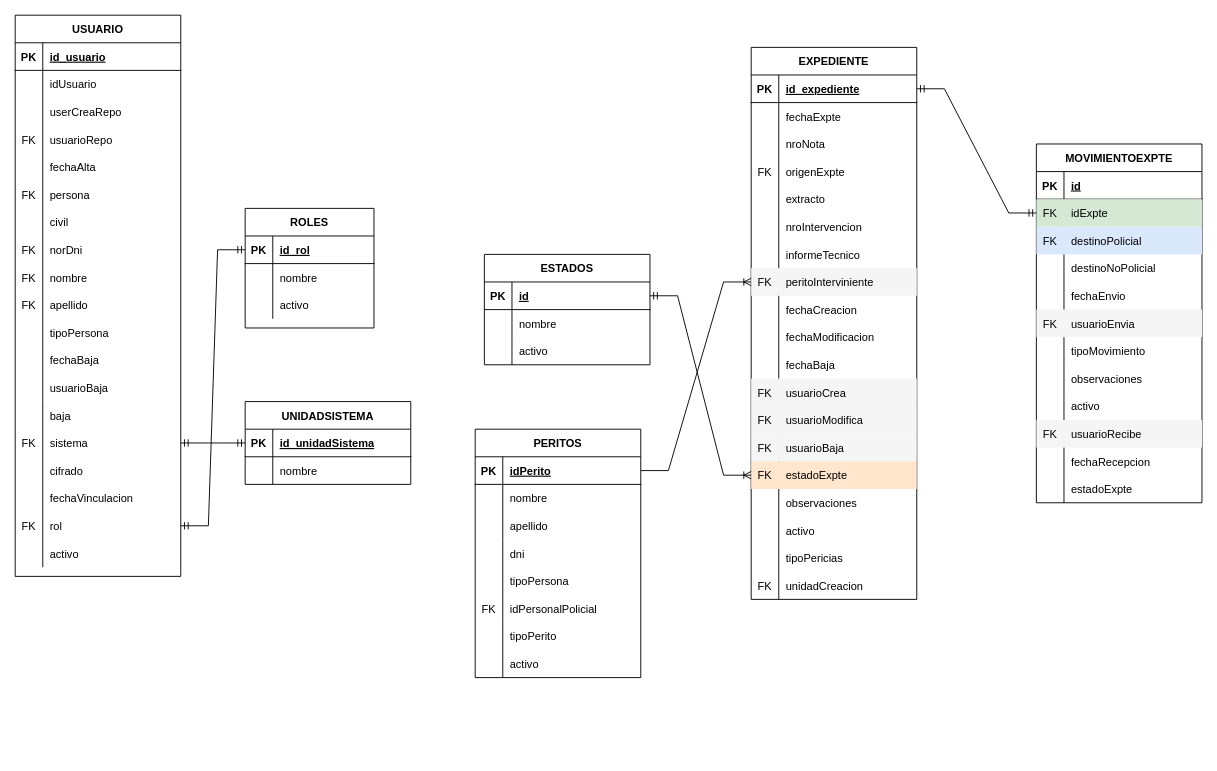
Above: WebApiCriminalistica/ScriptSql/criminalistica.drawio in ariellezcano/WebApiCriminalistica (draw.io), before the change. Source tidied: cells renumbered, new cells numbered last; positions are measured from the earlier drawing's top-left corner, leaving out a move shared by most shapes. Both pictures are drawn from the tidied source at 92%, with x=0, y=0 at pixel (15, 15).
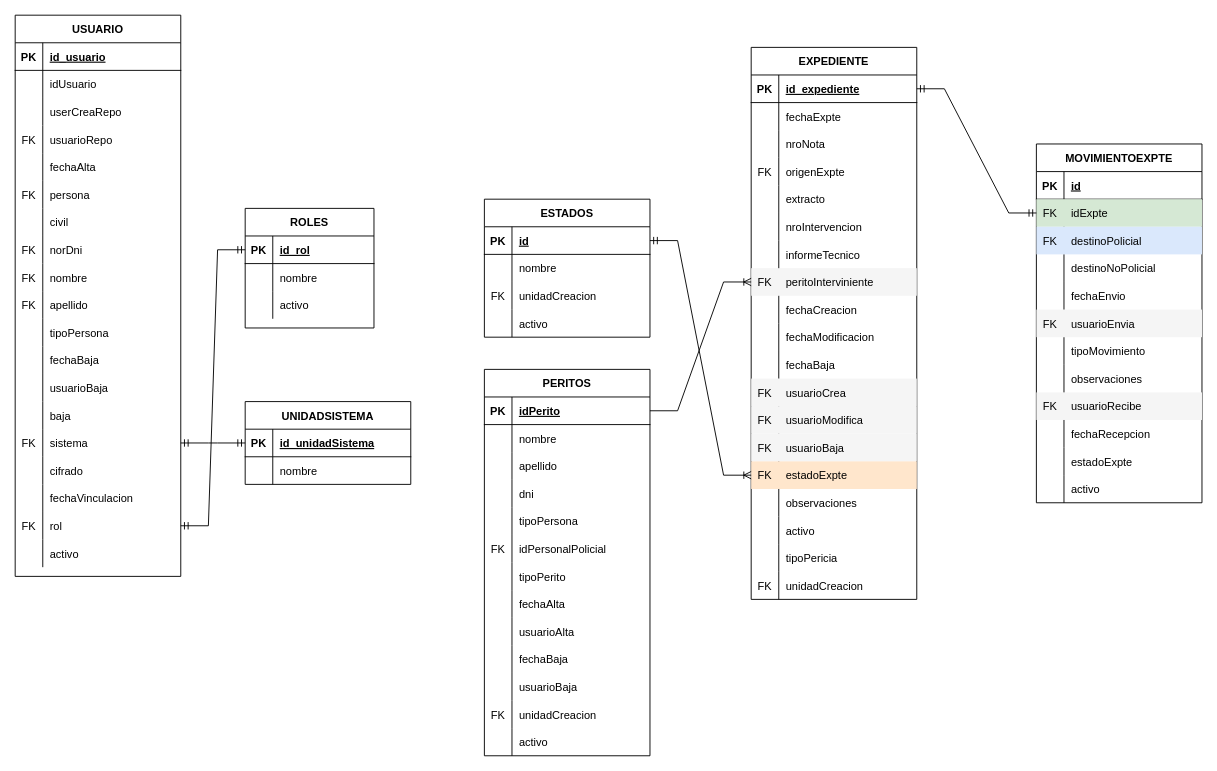
The same diagram, later.

Unchanged cells that the change refers to:
```xml
<mxCell id="131" style="shape=tableRow;horizontal=0;startSize=0;swimlaneHead=0;swimlaneBody=0;fillColor=none;top=0;left=0;right=0;bottom=0;" parent="79" vertex="1">
  <mxGeometry y="540" width="180" height="30" as="geometry" />
</mxCell>
<mxCell id="137" value="MOVIMIENTOEXPTE" style="shape=table;startSize=30;childLayout=tableLayout;rowLines=0;fontStyle=1;align=center;" parent="1" vertex="1">
  <mxGeometry x="1110" y="140" width="180" height="390" as="geometry" />
</mxCell>
<mxCell id="181" style="shape=tableRow;horizontal=0;startSize=0;swimlaneHead=0;swimlaneBody=0;fillColor=none;top=0;left=0;right=0;bottom=0;" parent="174" vertex="1">
  <mxGeometry y="90" width="180" height="30" as="geometry" />
</mxCell>
<mxCell id="208" style="shape=tableRow;horizontal=0;startSize=0;swimlaneHead=0;swimlaneBody=0;fillColor=none;top=0;left=0;right=0;bottom=0;" parent="186" vertex="1">
  <mxGeometry y="240" width="180" height="30" as="geometry" />
</mxCell>
```

Change to the diagram source:
```diff
@@
-    <mxCell id="133" value="tipoPericias" style="shape=partialRectangle;fillColor=none;top=0;left=0;bottom=0;right=0;align=left;spacingLeft=6;overflow=hidden;" parent="131" vertex="1">
+    <mxCell id="133" value="tipoPericia" style="shape=partialRectangle;fillColor=none;top=0;left=0;bottom=0;right=0;align=left;spacingLeft=6;overflow=hidden;" parent="131" vertex="1">
       <mxGeometry x="30" width="150" height="30" as="geometry" />
     </mxCell>
@@
-    <mxCell id="162" style="shape=tableRow;horizontal=0;startSize=0;swimlaneHead=0;swimlaneBody=0;fillColor=none;top=0;left=0;right=0;bottom=0;" parent="137" vertex="1">
-      <mxGeometry y="270" width="180" height="30" as="geometry" />
-    </mxCell>
-    <mxCell id="163" style="shape=partialRectangle;fillColor=none;top=0;left=0;bottom=0;right=0;overflow=hidden;" parent="162" vertex="1">
-      <mxGeometry width="30" height="30" as="geometry" />
-    </mxCell>
-    <mxCell id="164" value="activo" style="shape=partialRectangle;fillColor=none;top=0;left=0;bottom=0;right=0;align=left;spacingLeft=6;overflow=hidden;" parent="162" vertex="1">
-      <mxGeometry x="30" width="150" height="30" as="geometry" />
-    </mxCell>
     <mxCell id="165" style="shape=tableRow;horizontal=0;startSize=0;swimlaneHead=0;swimlaneBody=0;fillColor=#f5f5f5;top=0;left=0;right=0;bottom=0;fontColor=#333333;strokeColor=#666666;" parent="137" vertex="1">
-      <mxGeometry y="300" width="180" height="30" as="geometry" />
+      <mxGeometry y="270" width="180" height="30" as="geometry" />
     </mxCell>
@@
     <mxCell id="168" style="shape=tableRow;horizontal=0;startSize=0;swimlaneHead=0;swimlaneBody=0;fillColor=none;top=0;left=0;right=0;bottom=0;" parent="137" vertex="1">
-      <mxGeometry y="330" width="180" height="30" as="geometry" />
+      <mxGeometry y="300" width="180" height="30" as="geometry" />
     </mxCell>
@@
     <mxCell id="171" style="shape=tableRow;horizontal=0;startSize=0;swimlaneHead=0;swimlaneBody=0;fillColor=none;top=0;left=0;right=0;bottom=0;" parent="137" vertex="1">
-      <mxGeometry y="360" width="180" height="30" as="geometry" />
+      <mxGeometry y="330" width="180" height="30" as="geometry" />
     </mxCell>
@@
+    <mxCell id="212" style="shape=tableRow;horizontal=0;startSize=0;swimlaneHead=0;swimlaneBody=0;fillColor=none;top=0;left=0;right=0;bottom=0;" parent="137" vertex="1">
+      <mxGeometry y="360" width="180" height="30" as="geometry" />
+    </mxCell>
+    <mxCell id="213" style="shape=partialRectangle;fillColor=none;top=0;left=0;bottom=0;right=0;overflow=hidden;" parent="212" vertex="1">
+      <mxGeometry width="30" height="30" as="geometry" />
+    </mxCell>
+    <mxCell id="214" value="activo" style="shape=partialRectangle;fillColor=none;top=0;left=0;bottom=0;right=0;align=left;spacingLeft=6;overflow=hidden;" parent="212" vertex="1">
+      <mxGeometry x="30" width="150" height="30" as="geometry" />
+    </mxCell>
     <mxCell id="174" value="ESTADOS" style="shape=table;startSize=30;childLayout=tableLayout;rowLines=0;fontStyle=1;align=center;" parent="1" vertex="1">
-      <mxGeometry x="510" y="260" width="180" height="120" as="geometry" />
+      <mxGeometry x="510" y="200" width="180" height="150" as="geometry" />
     </mxCell>
@@
-    <mxCell id="182" style="shape=partialRectangle;fillColor=none;top=0;left=0;bottom=0;right=0;overflow=hidden;" parent="181" vertex="1">
+    <mxCell id="182" value="FK" style="shape=partialRectangle;fillColor=none;top=0;left=0;bottom=0;right=0;overflow=hidden;" parent="181" vertex="1">
       <mxGeometry width="30" height="30" as="geometry" />
     </mxCell>
-    <mxCell id="183" value="activo" style="shape=partialRectangle;fillColor=none;top=0;left=0;bottom=0;right=0;align=left;spacingLeft=6;overflow=hidden;" parent="181" vertex="1">
+    <mxCell id="183" value="unidadCreacion" style="shape=partialRectangle;fillColor=none;top=0;left=0;bottom=0;right=0;align=left;spacingLeft=6;overflow=hidden;" parent="181" vertex="1">
       <mxGeometry x="30" width="150" height="30" as="geometry" />
     </mxCell>
+    <mxCell id="215" style="shape=tableRow;horizontal=0;startSize=0;swimlaneHead=0;swimlaneBody=0;fillColor=none;top=0;left=0;right=0;bottom=0;" parent="174" vertex="1">
+      <mxGeometry y="120" width="180" height="30" as="geometry" />
+    </mxCell>
+    <mxCell id="216" style="shape=partialRectangle;fillColor=none;top=0;left=0;bottom=0;right=0;overflow=hidden;" parent="215" vertex="1">
+      <mxGeometry width="30" height="30" as="geometry" />
+    </mxCell>
+    <mxCell id="217" value="activo" style="shape=partialRectangle;fillColor=none;top=0;left=0;bottom=0;right=0;align=left;spacingLeft=6;overflow=hidden;" parent="215" vertex="1">
+      <mxGeometry x="30" width="150" height="30" as="geometry" />
+    </mxCell>
@@
     <mxCell id="186" value="PERITOS" style="shape=table;startSize=30;childLayout=tableLayout;rowLines=0;fontStyle=1;align=center;" parent="1" vertex="1">
-      <mxGeometry x="500" y="450" width="180" height="270" as="geometry" />
+      <mxGeometry x="510" y="385" width="180" height="420" as="geometry" />
     </mxCell>
@@
-    <mxCell id="210" value="activo" style="shape=partialRectangle;fillColor=none;top=0;left=0;bottom=0;right=0;align=left;spacingLeft=6;overflow=hidden;" parent="208" vertex="1">
+    <mxCell id="210" value="fechaAlta" style="shape=partialRectangle;fillColor=none;top=0;left=0;bottom=0;right=0;align=left;spacingLeft=6;overflow=hidden;" parent="208" vertex="1">
       <mxGeometry x="30" width="150" height="30" as="geometry" />
     </mxCell>
+    <mxCell id="162" style="shape=tableRow;horizontal=0;startSize=0;swimlaneHead=0;swimlaneBody=0;fillColor=none;top=0;left=0;right=0;bottom=0;" parent="186" vertex="1">
+      <mxGeometry y="270" width="180" height="30" as="geometry" />
+    </mxCell>
+    <mxCell id="218" style="shape=partialRectangle;fillColor=none;top=0;left=0;bottom=0;right=0;overflow=hidden;" parent="162" vertex="1">
+      <mxGeometry width="30" height="30" as="geometry" />
+    </mxCell>
+    <mxCell id="219" value="usuarioAlta" style="shape=partialRectangle;fillColor=none;top=0;left=0;bottom=0;right=0;align=left;spacingLeft=6;overflow=hidden;" parent="162" vertex="1">
+      <mxGeometry x="30" width="150" height="30" as="geometry" />
+    </mxCell>
+    <mxCell id="220" style="shape=tableRow;horizontal=0;startSize=0;swimlaneHead=0;swimlaneBody=0;fillColor=none;top=0;left=0;right=0;bottom=0;" parent="186" vertex="1">
+      <mxGeometry y="300" width="180" height="30" as="geometry" />
+    </mxCell>
+    <mxCell id="221" style="shape=partialRectangle;fillColor=none;top=0;left=0;bottom=0;right=0;overflow=hidden;" parent="220" vertex="1">
+      <mxGeometry width="30" height="30" as="geometry" />
+    </mxCell>
+    <mxCell id="222" value="fechaBaja" style="shape=partialRectangle;fillColor=none;top=0;left=0;bottom=0;right=0;align=left;spacingLeft=6;overflow=hidden;" parent="220" vertex="1">
+      <mxGeometry x="30" width="150" height="30" as="geometry" />
+    </mxCell>
+    <mxCell id="223" style="shape=tableRow;horizontal=0;startSize=0;swimlaneHead=0;swimlaneBody=0;fillColor=none;top=0;left=0;right=0;bottom=0;" parent="186" vertex="1">
+      <mxGeometry y="330" width="180" height="30" as="geometry" />
+    </mxCell>
+    <mxCell id="224" style="shape=partialRectangle;fillColor=none;top=0;left=0;bottom=0;right=0;overflow=hidden;" parent="223" vertex="1">
+      <mxGeometry width="30" height="30" as="geometry" />
+    </mxCell>
+    <mxCell id="225" value="usuarioBaja" style="shape=partialRectangle;fillColor=none;top=0;left=0;bottom=0;right=0;align=left;spacingLeft=6;overflow=hidden;" parent="223" vertex="1">
+      <mxGeometry x="30" width="150" height="30" as="geometry" />
+    </mxCell>
+    <mxCell id="226" style="shape=tableRow;horizontal=0;startSize=0;swimlaneHead=0;swimlaneBody=0;fillColor=none;top=0;left=0;right=0;bottom=0;" parent="186" vertex="1">
+      <mxGeometry y="360" width="180" height="30" as="geometry" />
+    </mxCell>
+    <mxCell id="227" value="FK" style="shape=partialRectangle;fillColor=none;top=0;left=0;bottom=0;right=0;overflow=hidden;" parent="226" vertex="1">
+      <mxGeometry width="30" height="30" as="geometry" />
+    </mxCell>
+    <mxCell id="228" value="unidadCreacion" style="shape=partialRectangle;fillColor=none;top=0;left=0;bottom=0;right=0;align=left;spacingLeft=6;overflow=hidden;" parent="226" vertex="1">
+      <mxGeometry x="30" width="150" height="30" as="geometry" />
+    </mxCell>
+    <mxCell id="229" style="shape=tableRow;horizontal=0;startSize=0;swimlaneHead=0;swimlaneBody=0;fillColor=none;top=0;left=0;right=0;bottom=0;" parent="186" vertex="1">
+      <mxGeometry y="390" width="180" height="30" as="geometry" />
+    </mxCell>
+    <mxCell id="230" style="shape=partialRectangle;fillColor=none;top=0;left=0;bottom=0;right=0;overflow=hidden;" parent="229" vertex="1">
+      <mxGeometry width="30" height="30" as="geometry" />
+    </mxCell>
+    <mxCell id="231" value="activo" style="shape=partialRectangle;fillColor=none;top=0;left=0;bottom=0;right=0;align=left;spacingLeft=6;overflow=hidden;" parent="229" vertex="1">
+      <mxGeometry x="30" width="150" height="30" as="geometry" />
+    </mxCell>
```
